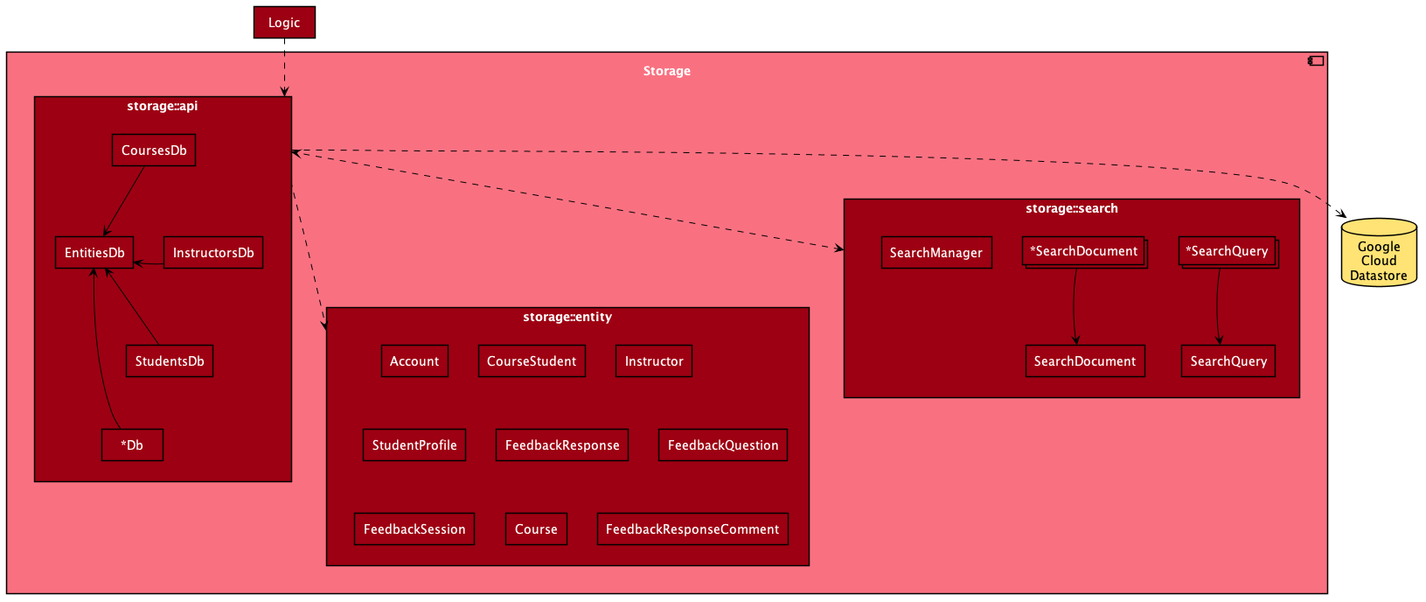
kaixin-hc/teammates keeps this PlantUML diagram as diagrams/StorageComponent.png. Above is the earlier version. Its source is kept beside it as diagrams/StorageComponent.puml. Its diagram source:
```plantuml
@startuml
!include diagrams/style.puml
skinparam componentBackgroundColor MODEL_COLOR_T1
skinparam componentFontColor #FFFFFF
skinparam packageBackgroundColor #FFFFFF
skinparam rectangleBackgroundColor MODEL_COLOR
skinparam rectangleFontColor #FFFFFF
skinparam arrowColor #000000


component Storage {
    package "storage::entity" as Entity {
        rectangle Account
        rectangle CourseStudent
        rectangle Instructor
        rectangle StudentProfile
        rectangle FeedbackResponse
        rectangle FeedbackQuestion
        rectangle FeedbackSession
        rectangle Course
        rectangle FeedbackResponseComment
    }

    package "storage::api" as Api {
        rectangle EntitiesDb
        rectangle CoursesDb
        rectangle InstructorsDb
        rectangle StudentsDb
        rectangle "*Db" as Db
    }

    package "storage::search" as Search {
        rectangle "SearchQuery" as SQ1
        rectangle "SearchDocument" as SD1
        collections "*SearchQuery" as SQ2
        collections "*SearchDocument" as SD2
        rectangle SearchManager
    }
}

rectangle Logic
database "Google\nCloud\nDatastore" as GCD STORAGE_COLOR_T1

CoursesDb -> EntitiesDb
InstructorsDb -> EntitiesDb
StudentsDb -> EntitiesDb
Db -> EntitiesDb

SQ2 -> SQ1
SD2 -> SD1

Logic ..> Api
Api ..> GCD

Api ..> Entity
Api <..> Search

EntitiesDb -[hidden]right- InstructorsDb
CoursesDb -[hidden]down- InstructorsDb
InstructorsDb -[hidden]down- StudentsDb
StudentsDb -[hidden]down- Db
SD1 -[hidden]down- SD2
SQ1 -[hidden]down- SQ2
Search -[hidden]down- Entity

@enduml
```
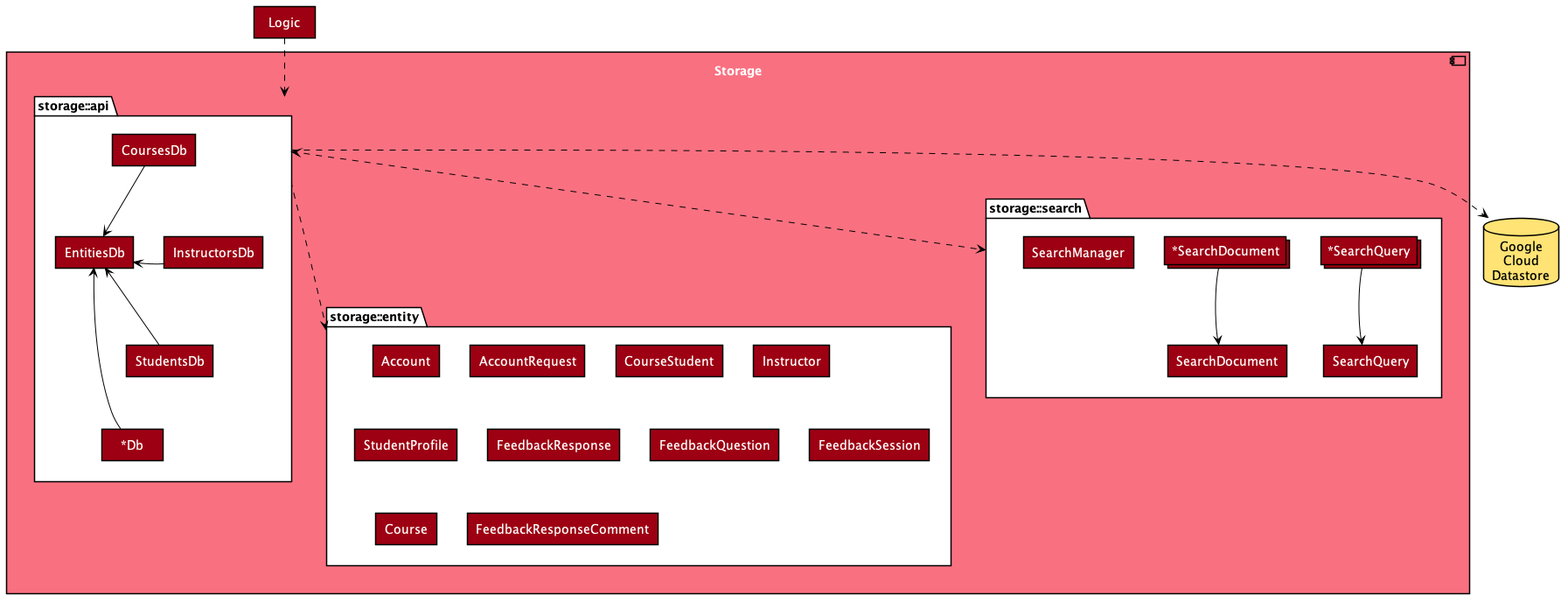
Later version of the same file.

Diff of the diagram source:
```diff
@@ -4,6 +4,8 @@
 skinparam componentFontColor #FFFFFF
 skinparam packageBackgroundColor #FFFFFF
 skinparam rectangleBackgroundColor MODEL_COLOR
+skinparam collectionsBackgroundColor MODEL_COLOR
+skinparam collectionsBorderColor #000000
 skinparam rectangleFontColor #FFFFFF
 skinparam arrowColor #000000
 
@@ -11,6 +13,7 @@
 component Storage {
     package "storage::entity" as Entity {
         rectangle Account
+        rectangle AccountRequest
         rectangle CourseStudent
         rectangle Instructor
         rectangle StudentProfile
@@ -26,14 +29,14 @@
         rectangle CoursesDb
         rectangle InstructorsDb
         rectangle StudentsDb
-        rectangle "*Db" as Db
+        rectangle " *Db" as Db
     }
 
     package "storage::search" as Search {
         rectangle "SearchQuery" as SQ1
         rectangle "SearchDocument" as SD1
-        collections "*SearchQuery" as SQ2
-        collections "*SearchDocument" as SD2
+        collections " *SearchQuery" as SQ2
+        collections " *SearchDocument" as SD2
         rectangle SearchManager
     }
 }
```
